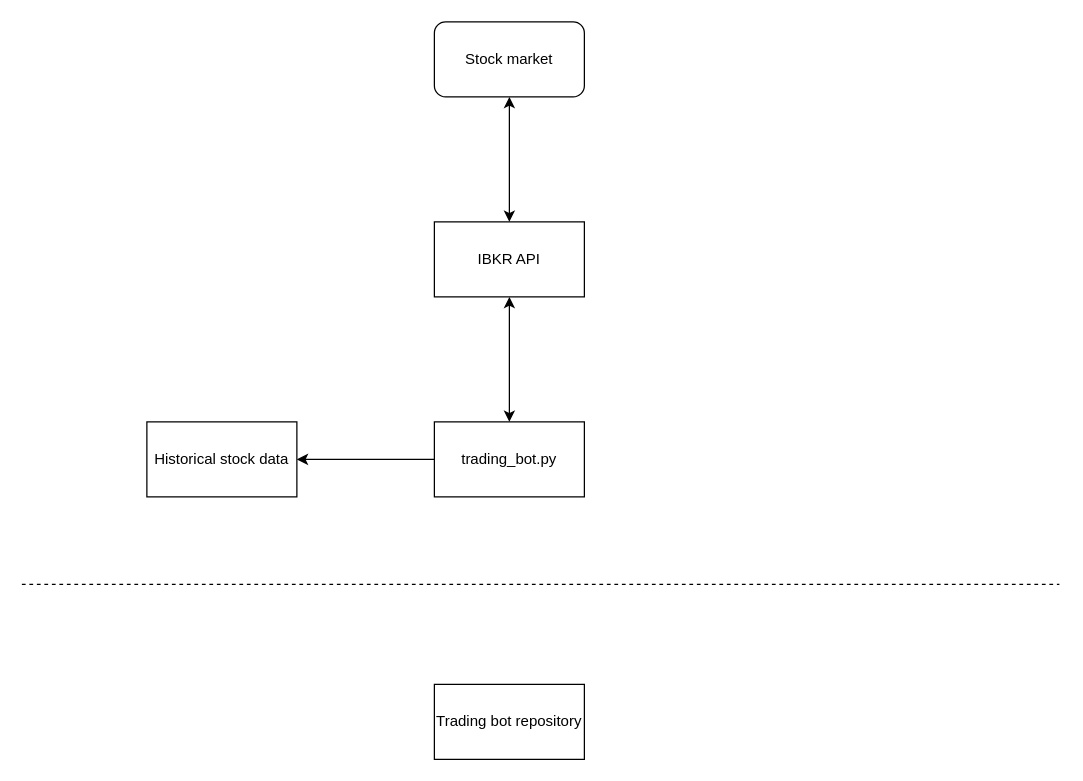
carlssonsleo/frigg keeps this draw.io diagram as system_overview.drawio. Above is the earlier version. Source tidied: cells renumbered, new cells numbered last; positions are measured from the earlier drawing's top-left corner, leaving out a move shared by most shapes. Both pictures are drawn from the tidied source at 125%, with x=0, y=0 at pixel (21, 21).
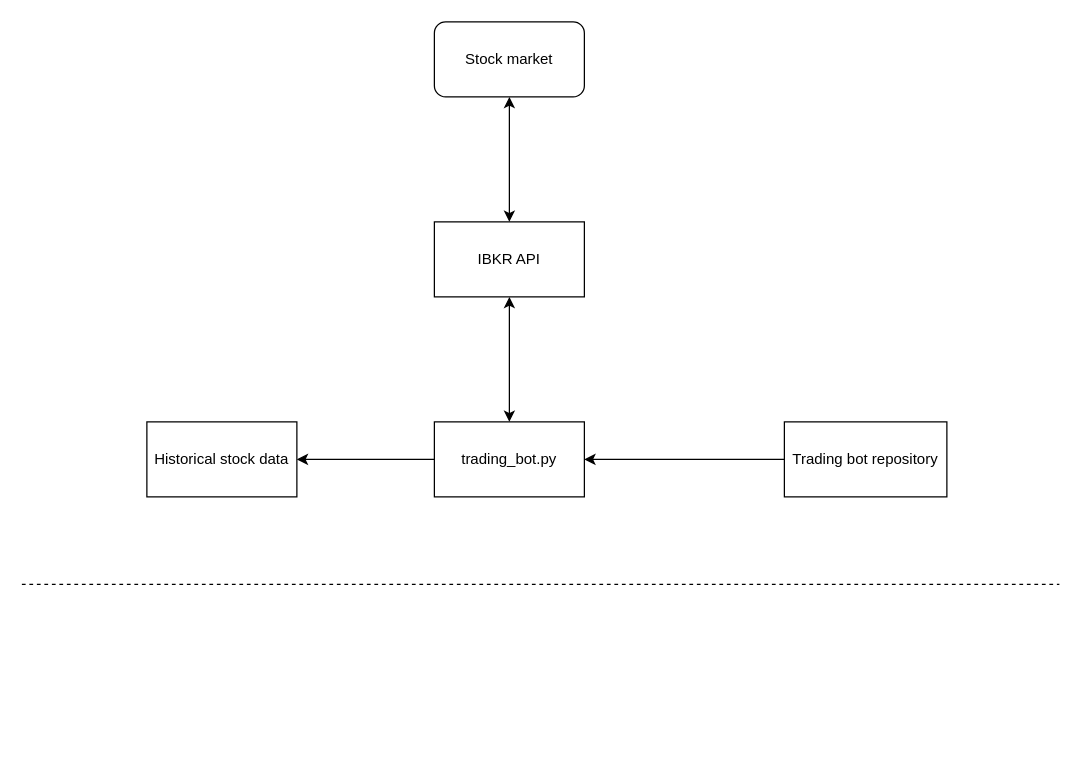
After the change.

Diff of the diagram source:
```diff
@@
 <mxGraphModel>
   <root>
     <mxCell id="0" />
     <mxCell id="1" parent="0" />
     <mxCell id="2" value="IBKR API" style="rounded=0;whiteSpace=wrap;html=1;" parent="1" vertex="1">
       <mxGeometry x="330" y="160" width="120" height="60" as="geometry" />
     </mxCell>
     <mxCell id="3" value="Stock market" style="rounded=1;whiteSpace=wrap;html=1;" parent="1" vertex="1">
       <mxGeometry x="330" width="120" height="60" as="geometry" />
     </mxCell>
     <mxCell id="4" style="endArrow=classic;startArrow=classic;html=1;exitX=0.5;exitY=0;exitDx=0;exitDy=0;" parent="1" edge="1" source="2">
       <mxGeometry relative="1" as="geometry">
         <mxPoint x="390" y="60" as="targetPoint" />
       </mxGeometry>
     </mxCell>
     <mxCell id="5" value="trading_bot.py" style="rounded=0;whiteSpace=wrap;html=1;" parent="1" vertex="1">
       <mxGeometry x="330" y="320" width="120" height="60" as="geometry" />
     </mxCell>
     <mxCell id="6" style="endArrow=classic;startArrow=classic;html=1;exitX=0.5;exitY=0;exitDx=0;exitDy=0;" parent="1" edge="1" source="5">
       <mxGeometry relative="1" as="geometry">
         <mxPoint x="390" y="220" as="targetPoint" />
       </mxGeometry>
     </mxCell>
     <mxCell id="7" value="Historical stock data" style="rounded=0;whiteSpace=wrap;html=1;" parent="1" vertex="1">
       <mxGeometry x="100" y="320" width="120" height="60" as="geometry" />
     </mxCell>
     <mxCell id="8" style="endArrow=classic;html=1;entryX=1;entryY=0.5;entryDx=0;entryDy=0;" parent="1" edge="1" target="7">
       <mxGeometry relative="1" as="geometry">
         <mxPoint x="330" y="350" as="sourcePoint" />
       </mxGeometry>
     </mxCell>
     <mxCell id="9" style="endArrow=none;dashed=1;html=1;" parent="1" edge="1">
       <mxGeometry relative="1" as="geometry">
         <mxPoint y="450" as="sourcePoint" />
         <mxPoint x="830" y="450" as="targetPoint" />
       </mxGeometry>
     </mxCell>
     <mxCell id="10" value="Trading bot repository" style="rounded=0;whiteSpace=wrap;html=1;" parent="1" vertex="1">
-      <mxGeometry x="330" y="530" width="120" height="60" as="geometry" />
+      <mxGeometry x="610" y="320" width="130" height="60" as="geometry" />
     </mxCell>
+    <mxCell id="11" style="endArrow=classic;html=1;entryX=1;entryY=0.5;entryDx=0;entryDy=0;" parent="1" edge="1" target="5">
+      <mxGeometry relative="1" as="geometry">
+        <mxPoint x="610" y="350" as="sourcePoint" />
+      </mxGeometry>
+    </mxCell>
   </root>
 </mxGraphModel>
```
